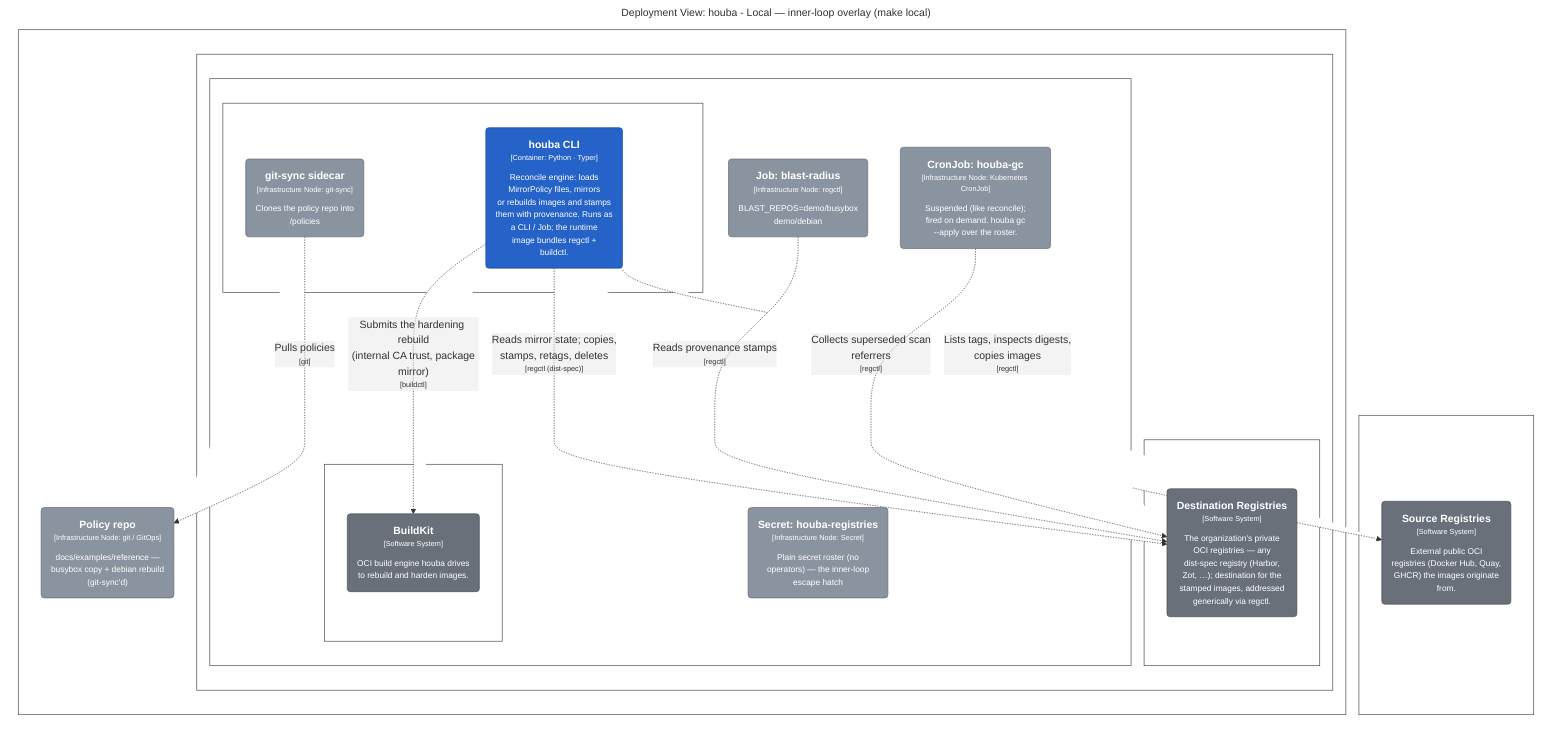
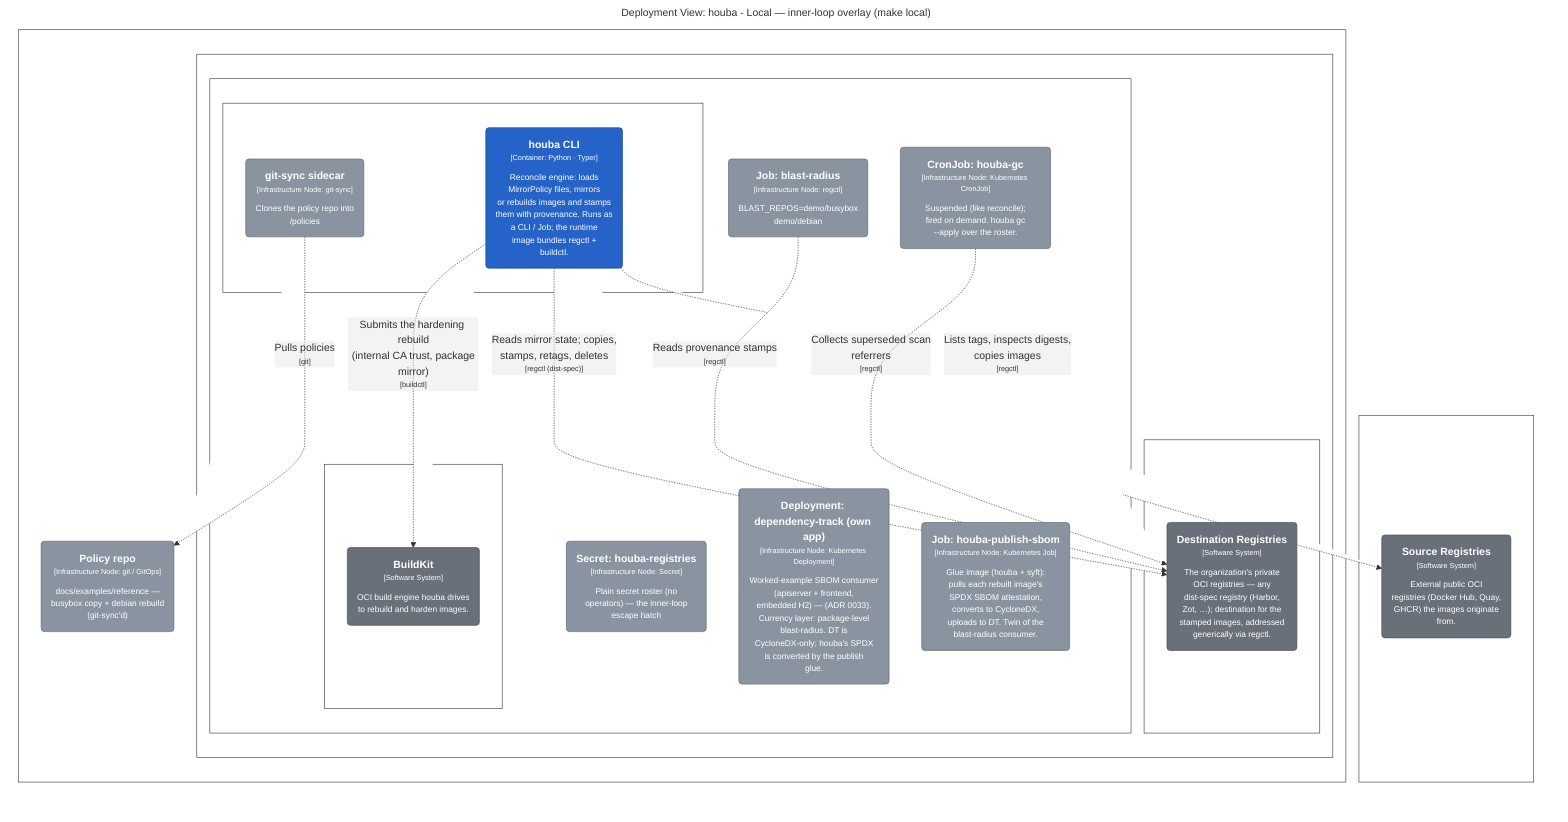
graph LR
  linkStyle default fill:#ffffff

  subgraph diagram ["Deployment View: houba - Local — inner-loop overlay (make local)"]
    style diagram fill:#ffffff,stroke:#ffffff

-     subgraph 182 ["Operator host"]
-       style 182 fill:#ffffff,stroke:#444444,color:#ffffff
+     subgraph 199 ["Operator host"]
+       style 199 fill:#ffffff,stroke:#444444,color:#ffffff

-       183("<div style='font-weight: bold'>Policy repo</div><div style='font-size: 70%; margin-top: 0px'>[Infrastructure Node: git / GitOps]</div><div style='font-size: 80%; margin-top:10px'>docs/examples/reference —<br />busybox copy + debian rebuild<br />(git-sync'd)</div>")
-       style 183 fill:#8a94a0,stroke:#606770,color:#ffffff
-       subgraph 184 ["kind cluster"]
-         style 184 fill:#ffffff,stroke:#444444,color:#ffffff
+       200("<div style='font-weight: bold'>Policy repo</div><div style='font-size: 70%; margin-top: 0px'>[Infrastructure Node: git / GitOps]</div><div style='font-size: 80%; margin-top:10px'>docs/examples/reference —<br />busybox copy + debian rebuild<br />(git-sync'd)</div>")
+       style 200 fill:#8a94a0,stroke:#606770,color:#ffffff
+       subgraph 201 ["kind cluster"]
+         style 201 fill:#ffffff,stroke:#444444,color:#ffffff

-         subgraph 185 ["namespace: houba"]
-           style 185 fill:#ffffff,stroke:#444444,color:#ffffff
+         subgraph 202 ["namespace: houba"]
+           style 202 fill:#ffffff,stroke:#444444,color:#ffffff

-           subgraph 186 ["CronJob: houba-reconcile"]
-             style 186 fill:#ffffff,stroke:#444444,color:#ffffff
+           subgraph 203 ["CronJob: houba-reconcile"]
+             style 203 fill:#ffffff,stroke:#444444,color:#ffffff

-             187("<div style='font-weight: bold'>houba CLI</div><div style='font-size: 70%; margin-top: 0px'>[Container: Python · Typer]</div><div style='font-size: 80%; margin-top:10px'>Reconcile engine: loads<br />MirrorPolicy files, mirrors<br />or rebuilds images and stamps<br />them with provenance. Runs as<br />a CLI / Job; the runtime<br />image bundles regctl +<br />buildctl.</div>")
-             style 187 fill:#2563c9,stroke:#19458c,color:#ffffff
-             188("<div style='font-weight: bold'>git-sync sidecar</div><div style='font-size: 70%; margin-top: 0px'>[Infrastructure Node: git-sync]</div><div style='font-size: 80%; margin-top:10px'>Clones the policy repo into<br />/policies</div>")
-             style 188 fill:#8a94a0,stroke:#606770,color:#ffffff
+             204("<div style='font-weight: bold'>houba CLI</div><div style='font-size: 70%; margin-top: 0px'>[Container: Python · Typer]</div><div style='font-size: 80%; margin-top:10px'>Reconcile engine: loads<br />MirrorPolicy files, mirrors<br />or rebuilds images and stamps<br />them with provenance. Runs as<br />a CLI / Job; the runtime<br />image bundles regctl +<br />buildctl.</div>")
+             style 204 fill:#2563c9,stroke:#19458c,color:#ffffff
+             205("<div style='font-weight: bold'>git-sync sidecar</div><div style='font-size: 70%; margin-top: 0px'>[Infrastructure Node: git-sync]</div><div style='font-size: 80%; margin-top:10px'>Clones the policy repo into<br />/policies</div>")
+             style 205 fill:#8a94a0,stroke:#606770,color:#ffffff
          end

-           subgraph 189 ["Deployment: buildkitd"]
-             style 189 fill:#ffffff,stroke:#444444,color:#ffffff
+           subgraph 206 ["Deployment: buildkitd"]
+             style 206 fill:#ffffff,stroke:#444444,color:#ffffff

-             190("<div style='font-weight: bold'>BuildKit</div><div style='font-size: 70%; margin-top: 0px'>[Software System]</div><div style='font-size: 80%; margin-top:10px'>OCI build engine houba drives<br />to rebuild and harden images.</div>")
-             style 190 fill:#69707a,stroke:#494e55,color:#ffffff
+             207("<div style='font-weight: bold'>BuildKit</div><div style='font-size: 70%; margin-top: 0px'>[Software System]</div><div style='font-size: 80%; margin-top:10px'>OCI build engine houba drives<br />to rebuild and harden images.</div>")
+             style 207 fill:#69707a,stroke:#494e55,color:#ffffff
          end

-           192("<div style='font-weight: bold'>Secret: houba-registries</div><div style='font-size: 70%; margin-top: 0px'>[Infrastructure Node: Secret]</div><div style='font-size: 80%; margin-top:10px'>Plain secret roster (no<br />operators) — the inner-loop<br />escape hatch</div>")
-           style 192 fill:#8a94a0,stroke:#606770,color:#ffffff
-           193("<div style='font-weight: bold'>Job: blast-radius</div><div style='font-size: 70%; margin-top: 0px'>[Infrastructure Node: regctl]</div><div style='font-size: 80%; margin-top:10px'>BLAST_REPOS=demo/busybox<br />demo/debian</div>")
-           style 193 fill:#8a94a0,stroke:#606770,color:#ffffff
-           196("<div style='font-weight: bold'>CronJob: houba-gc</div><div style='font-size: 70%; margin-top: 0px'>[Infrastructure Node: Kubernetes CronJob]</div><div style='font-size: 80%; margin-top:10px'>Suspended (like reconcile);<br />fired on demand. houba gc<br />--apply over the roster.</div>")
-           style 196 fill:#8a94a0,stroke:#606770,color:#ffffff
+           209("<div style='font-weight: bold'>Secret: houba-registries</div><div style='font-size: 70%; margin-top: 0px'>[Infrastructure Node: Secret]</div><div style='font-size: 80%; margin-top:10px'>Plain secret roster (no<br />operators) — the inner-loop<br />escape hatch</div>")
+           style 209 fill:#8a94a0,stroke:#606770,color:#ffffff
+           210("<div style='font-weight: bold'>Job: blast-radius</div><div style='font-size: 70%; margin-top: 0px'>[Infrastructure Node: regctl]</div><div style='font-size: 80%; margin-top:10px'>BLAST_REPOS=demo/busybox<br />demo/debian</div>")
+           style 210 fill:#8a94a0,stroke:#606770,color:#ffffff
+           211("<div style='font-weight: bold'>CronJob: houba-gc</div><div style='font-size: 70%; margin-top: 0px'>[Infrastructure Node: Kubernetes CronJob]</div><div style='font-size: 80%; margin-top:10px'>Suspended (like reconcile);<br />fired on demand. houba gc<br />--apply over the roster.</div>")
+           style 211 fill:#8a94a0,stroke:#606770,color:#ffffff
+           212("<div style='font-weight: bold'>Deployment: dependency-track (own app)</div><div style='font-size: 70%; margin-top: 0px'>[Infrastructure Node: Kubernetes Deployment]</div><div style='font-size: 80%; margin-top:10px'>Worked-example SBOM consumer<br />(apiserver + frontend,<br />embedded H2) — (ADR 0033).<br />Currency layer: package-level<br />blast-radius. DT is<br />CycloneDX-only; houba's SPDX<br />is converted by the publish<br />glue.</div>")
+           style 212 fill:#8a94a0,stroke:#606770,color:#ffffff
+           213("<div style='font-weight: bold'>Job: houba-publish-sbom</div><div style='font-size: 70%; margin-top: 0px'>[Infrastructure Node: Kubernetes Job]</div><div style='font-size: 80%; margin-top:10px'>Glue image (houba + syft):<br />pulls each rebuilt image's<br />SPDX SBOM attestation,<br />converts to CycloneDX,<br />uploads to DT. Twin of the<br />blast-radius consumer.</div>")
+           style 213 fill:#8a94a0,stroke:#606770,color:#ffffff
        end

-         subgraph 194 ["namespace: registry"]
-           style 194 fill:#ffffff,stroke:#444444,color:#ffffff
+         subgraph 214 ["namespace: registry"]
+           style 214 fill:#ffffff,stroke:#444444,color:#ffffff

-           195("<div style='font-weight: bold'>Destination Registries</div><div style='font-size: 70%; margin-top: 0px'>[Software System]</div><div style='font-size: 80%; margin-top:10px'>The organization's private<br />OCI registries — any<br />dist-spec registry (Harbor,<br />Zot, …); destination for the<br />stamped images, addressed<br />generically via regctl.</div>")
-           style 195 fill:#69707a,stroke:#494e55,color:#ffffff
+           215("<div style='font-weight: bold'>Destination Registries</div><div style='font-size: 70%; margin-top: 0px'>[Software System]</div><div style='font-size: 80%; margin-top:10px'>The organization's private<br />OCI registries — any<br />dist-spec registry (Harbor,<br />Zot, …); destination for the<br />stamped images, addressed<br />generically via regctl.</div>")
+           style 215 fill:#69707a,stroke:#494e55,color:#ffffff
        end

      end

    end

-     subgraph 197 ["Internet"]
-       style 197 fill:#ffffff,stroke:#444444,color:#ffffff
+     subgraph 217 ["Internet"]
+       style 217 fill:#ffffff,stroke:#444444,color:#ffffff

-       198("<div style='font-weight: bold'>Source Registries</div><div style='font-size: 70%; margin-top: 0px'>[Software System]</div><div style='font-size: 80%; margin-top:10px'>External public OCI<br />registries (Docker Hub, Quay,<br />GHCR) the images originate<br />from.</div>")
-       style 198 fill:#69707a,stroke:#494e55,color:#ffffff
+       218("<div style='font-weight: bold'>Source Registries</div><div style='font-size: 70%; margin-top: 0px'>[Software System]</div><div style='font-size: 80%; margin-top:10px'>External public OCI<br />registries (Docker Hub, Quay,<br />GHCR) the images originate<br />from.</div>")
+       style 218 fill:#69707a,stroke:#494e55,color:#ffffff
    end

-     187-. "<div>Submits the hardening rebuild<br />(internal CA trust, package<br />mirror)</div><div style='font-size: 70%'>[buildctl]</div>" .->190
-     187-. "<div>Reads mirror state; copies,<br />stamps, retags, deletes</div><div style='font-size: 70%'>[regctl (dist-spec)]</div>" .->195
-     187-. "<div>Lists tags, inspects digests,<br />copies images</div><div style='font-size: 70%'>[regctl]</div>" .->198
-     188-. "<div>Pulls policies</div><div style='font-size: 70%'>[git]</div>" .->183
-     193-. "<div>Reads provenance stamps</div><div style='font-size: 70%'>[regctl]</div>" .->195
-     196-. "<div>Collects superseded scan<br />referrers</div><div style='font-size: 70%'>[regctl]</div>" .->195
+     204-. "<div>Submits the hardening rebuild<br />(internal CA trust, package<br />mirror)</div><div style='font-size: 70%'>[buildctl]</div>" .->207
+     204-. "<div>Reads mirror state; copies,<br />stamps, retags, deletes</div><div style='font-size: 70%'>[regctl (dist-spec)]</div>" .->215
+     204-. "<div>Lists tags, inspects digests,<br />copies images</div><div style='font-size: 70%'>[regctl]</div>" .->218
+     205-. "<div>Pulls policies</div><div style='font-size: 70%'>[git]</div>" .->200
+     210-. "<div>Reads provenance stamps</div><div style='font-size: 70%'>[regctl]</div>" .->215
+     211-. "<div>Collects superseded scan<br />referrers</div><div style='font-size: 70%'>[regctl]</div>" .->215

  end